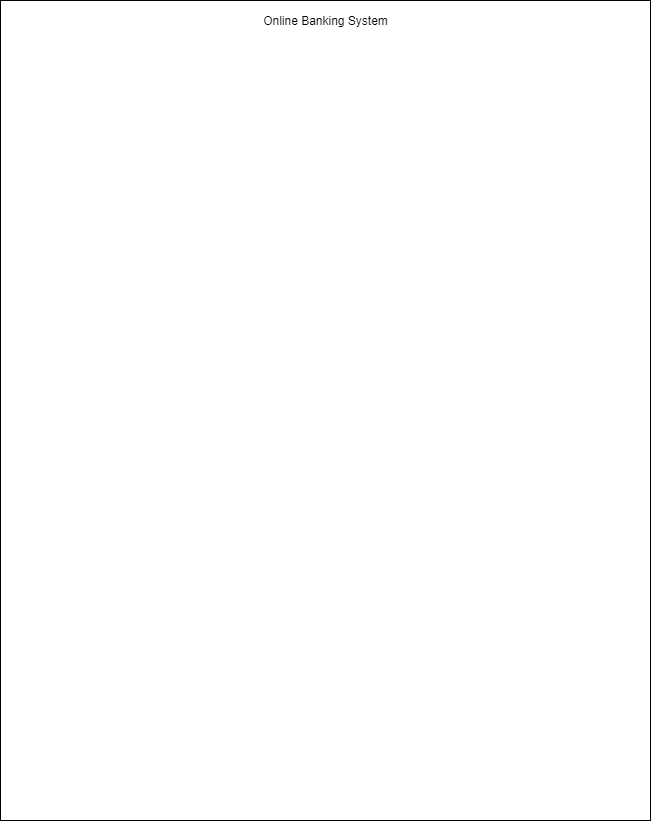
Earlier version of the draw.io export OnlineBankingSystem.png (ester-naranjo-rodrigo/demo). Source tidied: cells renumbered, new cells last; positions are measured from the earlier drawing's top-left corner, leaving out a move shared by most shapes. The source it was exported from:
```xml
<mxGraphModel>
  <root>
    <mxCell id="0" />
    <mxCell id="1" parent="0" />
    <mxCell id="2" style="rounded=0;whiteSpace=wrap;html=1;" parent="1" vertex="1">
      <mxGeometry width="650" height="820" as="geometry" />
    </mxCell>
    <mxCell id="3" value="Online Banking System" style="text;html=1;strokeColor=none;fillColor=none;align=center;verticalAlign=middle;whiteSpace=wrap;rounded=0;" parent="1" vertex="1">
      <mxGeometry x="247.5" y="10" width="155" height="20" as="geometry" />
    </mxCell>
  </root>
</mxGraphModel>
```
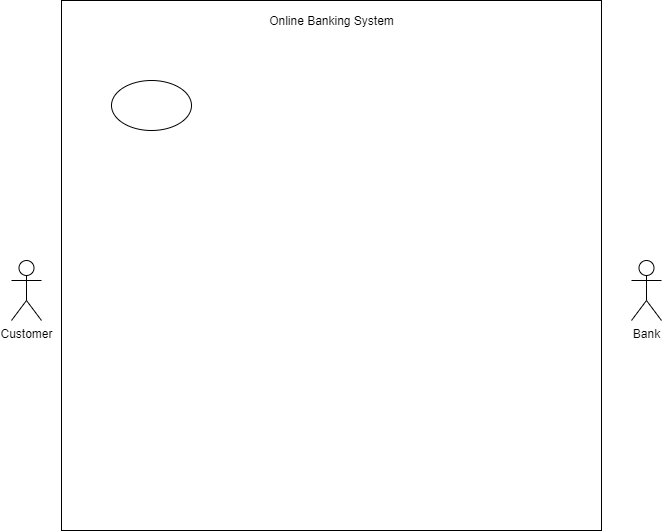
The same file after the commit.

What changed in the source:
```diff
@@ -3,10 +3,19 @@
     <mxCell id="0" />
     <mxCell id="1" parent="0" />
     <mxCell id="2" style="rounded=0;whiteSpace=wrap;html=1;" parent="1" vertex="1">
-      <mxGeometry width="650" height="820" as="geometry" />
+      <mxGeometry y="120" width="540" height="530" as="geometry" />
     </mxCell>
     <mxCell id="3" value="Online Banking System" style="text;html=1;strokeColor=none;fillColor=none;align=center;verticalAlign=middle;whiteSpace=wrap;rounded=0;" parent="1" vertex="1">
-      <mxGeometry x="247.5" y="10" width="155" height="20" as="geometry" />
+      <mxGeometry x="192.5" y="130" width="155" height="20" as="geometry" />
     </mxCell>
+    <mxCell id="4" value="Customer" style="shape=umlActor;verticalLabelPosition=bottom;verticalAlign=top;html=1;" parent="1" vertex="1">
+      <mxGeometry x="-50" y="380" width="30" height="60" as="geometry" />
+    </mxCell>
+    <mxCell id="5" value="Bank" style="shape=umlActor;verticalLabelPosition=bottom;verticalAlign=top;html=1;" parent="1" vertex="1">
+      <mxGeometry x="570" y="380" width="30" height="60" as="geometry" />
+    </mxCell>
+    <mxCell id="6" style="ellipse;whiteSpace=wrap;html=1;" parent="1" vertex="1">
+      <mxGeometry x="50" y="200" width="80" height="50" as="geometry" />
+    </mxCell>
   </root>
 </mxGraphModel>
```
